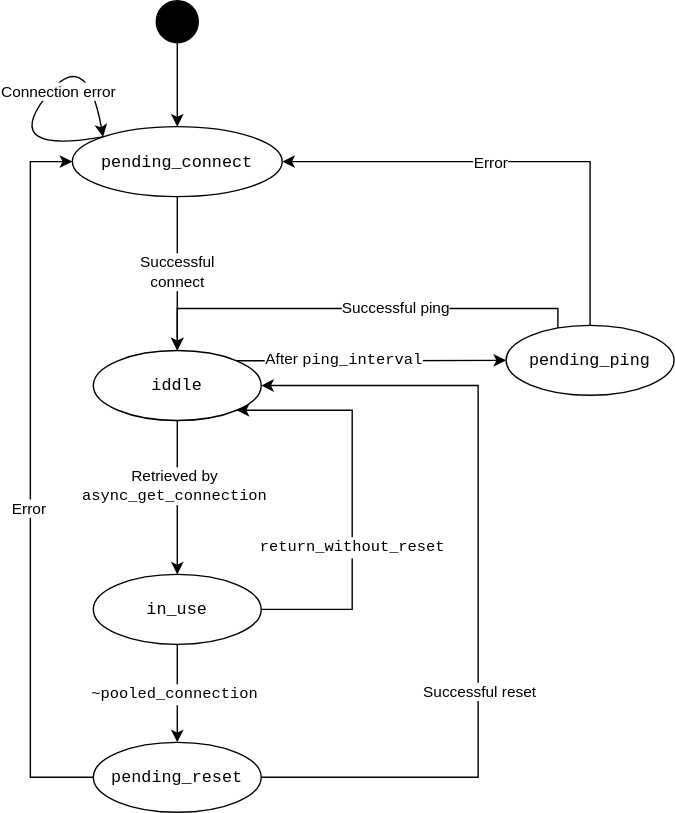
Before: doc/images/pooled_connection_lifecycle.svg, a diagram exported from draw.io (boostorg/mysql). Source tidied: cells renumbered, new cells last; positions are measured from the earlier drawing's top-left corner, leaving out a move shared by most shapes. The source it was exported from:
```xml
<mxGraphModel>
  <root>
    <mxCell id="0" />
    <mxCell id="1" parent="0" />
    <mxCell id="2" style="edgeStyle=orthogonalEdgeStyle;rounded=0;jettySize=auto;html=1;exitX=0.5;exitY=1;exitDx=0;exitDy=0;entryX=0.5;entryY=0;entryDx=0;entryDy=0;" parent="1" edge="1" source="4" target="11">
      <mxGeometry relative="1" as="geometry" />
    </mxCell>
    <mxCell id="3" value="&lt;div&gt;Successful &lt;br&gt;&lt;/div&gt;&lt;div&gt;connect&lt;br&gt;&lt;/div&gt;" style="edgeLabel;html=1;align=center;verticalAlign=middle;" parent="2" vertex="1">
      <mxGeometry x="-0.03" y="-1" relative="1" as="geometry" />
    </mxCell>
    <mxCell id="4" value="&lt;font face=&quot;Courier New&quot;&gt;pending_connect&lt;/font&gt;" style="ellipse;whiteSpace=wrap;html=1;" parent="1" vertex="1">
      <mxGeometry x="50" y="90" width="150" height="50" as="geometry" />
    </mxCell>
    <mxCell id="5" style="edgeStyle=orthogonalEdgeStyle;rounded=0;jettySize=auto;html=1;exitX=0.5;exitY=1;exitDx=0;exitDy=0;entryX=0.5;entryY=0;entryDx=0;entryDy=0;" parent="1" edge="1" source="6" target="4">
      <mxGeometry relative="1" as="geometry" />
    </mxCell>
    <mxCell id="6" style="ellipse;whiteSpace=wrap;html=1;fillColor=#000000;" parent="1" vertex="1">
      <mxGeometry x="110" width="30" height="30" as="geometry" />
    </mxCell>
    <mxCell id="7" style="edgeStyle=orthogonalEdgeStyle;rounded=0;jettySize=auto;html=1;exitX=0.5;exitY=1;exitDx=0;exitDy=0;entryX=0.5;entryY=0;entryDx=0;entryDy=0;" parent="1" edge="1" source="11" target="16">
      <mxGeometry relative="1" as="geometry" />
    </mxCell>
    <mxCell id="8" value="&lt;div&gt;Retrieved by&lt;/div&gt;&lt;div&gt;&lt;font face=&quot;Courier New&quot;&gt;async_get_connection&lt;/font&gt;&lt;br&gt;&lt;/div&gt;" style="edgeLabel;html=1;align=center;verticalAlign=middle;" parent="7" vertex="1">
      <mxGeometry x="-0.17" y="-3" relative="1" as="geometry" />
    </mxCell>
    <mxCell id="9" style="edgeStyle=orthogonalEdgeStyle;rounded=0;jettySize=auto;html=1;exitX=1;exitY=0;exitDx=0;exitDy=0;entryX=0;entryY=0.5;entryDx=0;entryDy=0;" parent="1" edge="1" source="11" target="28">
      <mxGeometry relative="1" as="geometry" />
    </mxCell>
    <mxCell id="10" value="After &lt;font face=&quot;Courier New&quot;&gt;ping_interval&lt;/font&gt;" style="edgeLabel;html=1;align=center;verticalAlign=middle;" parent="9" vertex="1">
      <mxGeometry x="-0.21" y="1" relative="1" as="geometry" />
    </mxCell>
    <mxCell id="11" value="&lt;font face=&quot;Courier New&quot;&gt;iddle&lt;/font&gt;" style="ellipse;whiteSpace=wrap;html=1;" parent="1" vertex="1">
      <mxGeometry x="65" y="250" width="120" height="50" as="geometry" />
    </mxCell>
    <mxCell id="12" style="edgeStyle=orthogonalEdgeStyle;rounded=0;jettySize=auto;html=1;entryX=0.5;entryY=0;entryDx=0;entryDy=0;" parent="1" edge="1" source="16" target="21">
      <mxGeometry relative="1" as="geometry" />
    </mxCell>
    <mxCell id="13" value="&lt;font face=&quot;Courier New&quot;&gt;~pooled_connection&lt;/font&gt;" style="edgeLabel;html=1;align=center;verticalAlign=middle;" parent="12" vertex="1">
      <mxGeometry y="-3" relative="1" as="geometry" />
    </mxCell>
    <mxCell id="14" style="edgeStyle=orthogonalEdgeStyle;rounded=0;jettySize=auto;html=1;exitX=1;exitY=0.5;exitDx=0;exitDy=0;entryX=1;entryY=1;entryDx=0;entryDy=0;" parent="1" edge="1" source="16" target="11">
      <mxGeometry relative="1" as="geometry">
        <Array as="points">
          <mxPoint x="250" y="435" />
          <mxPoint x="250" y="293" />
        </Array>
      </mxGeometry>
    </mxCell>
    <mxCell id="15" value="&lt;div&gt;&lt;font face=&quot;Courier New&quot;&gt;return_without_reset&lt;/font&gt;&lt;br&gt;&lt;/div&gt;" style="edgeLabel;html=1;align=center;verticalAlign=middle;" parent="14" vertex="1">
      <mxGeometry x="0.01" y="1" relative="1" as="geometry">
        <mxPoint y="36" as="offset" />
      </mxGeometry>
    </mxCell>
    <mxCell id="16" value="&lt;font face=&quot;Courier New&quot;&gt;in_use&lt;/font&gt;" style="ellipse;whiteSpace=wrap;html=1;" parent="1" vertex="1">
      <mxGeometry x="65" y="410" width="120" height="50" as="geometry" />
    </mxCell>
    <mxCell id="17" style="edgeStyle=orthogonalEdgeStyle;rounded=0;jettySize=auto;html=1;entryX=1;entryY=0.5;entryDx=0;entryDy=0;" parent="1" edge="1" source="21" target="11">
      <mxGeometry relative="1" as="geometry">
        <Array as="points">
          <mxPoint x="340" y="555" />
          <mxPoint x="340" y="275" />
        </Array>
      </mxGeometry>
    </mxCell>
    <mxCell id="18" value="Successful reset" style="edgeLabel;html=1;align=center;verticalAlign=middle;" parent="17" vertex="1">
      <mxGeometry x="-0.27" relative="1" as="geometry" />
    </mxCell>
    <mxCell id="19" style="edgeStyle=orthogonalEdgeStyle;rounded=0;jettySize=auto;html=1;exitX=0;exitY=0.5;exitDx=0;exitDy=0;entryX=0;entryY=0.5;entryDx=0;entryDy=0;" parent="1" edge="1" source="21" target="4">
      <mxGeometry relative="1" as="geometry">
        <Array as="points">
          <mxPoint x="20" y="555" />
          <mxPoint x="20" y="115" />
        </Array>
      </mxGeometry>
    </mxCell>
    <mxCell id="20" value="Error" style="edgeLabel;html=1;align=center;verticalAlign=middle;" parent="19" vertex="1">
      <mxGeometry x="-0.07" y="2" relative="1" as="geometry" />
    </mxCell>
    <mxCell id="21" value="&lt;font face=&quot;Courier New&quot;&gt;pending_reset&lt;/font&gt;" style="ellipse;whiteSpace=wrap;html=1;" parent="1" vertex="1">
      <mxGeometry x="65" y="530" width="120" height="50" as="geometry" />
    </mxCell>
    <mxCell id="22" style="curved=1;endArrow=classic;html=1;rounded=0;exitX=0;exitY=0;exitDx=0;exitDy=0;entryX=0;entryY=0;entryDx=0;entryDy=0;" parent="1" edge="1" source="4" target="4">
      <mxGeometry relative="1" as="geometry">
        <Array as="points">
          <mxPoint y="110" />
          <mxPoint x="60" y="30" />
        </Array>
      </mxGeometry>
    </mxCell>
    <mxCell id="23" value="Connection error" style="edgeLabel;html=1;align=center;verticalAlign=middle;" parent="22" vertex="1">
      <mxGeometry x="0.1" y="-4" relative="1" as="geometry" />
    </mxCell>
    <mxCell id="24" style="edgeStyle=orthogonalEdgeStyle;rounded=0;jettySize=auto;html=1;exitX=0;exitY=0;exitDx=0;exitDy=0;entryX=0.5;entryY=0;entryDx=0;entryDy=0;" parent="1" edge="1" source="28" target="11">
      <mxGeometry relative="1" as="geometry">
        <Array as="points">
          <mxPoint x="397" y="220" />
          <mxPoint x="125" y="220" />
        </Array>
      </mxGeometry>
    </mxCell>
    <mxCell id="25" value="Successful ping" style="edgeLabel;html=1;align=center;verticalAlign=middle;" parent="24" vertex="1">
      <mxGeometry x="-0.09" y="-1" relative="1" as="geometry" />
    </mxCell>
    <mxCell id="26" style="edgeStyle=orthogonalEdgeStyle;rounded=0;jettySize=auto;html=1;exitX=0.5;exitY=0;exitDx=0;exitDy=0;entryX=1;entryY=0.5;entryDx=0;entryDy=0;" parent="1" edge="1" source="28" target="4">
      <mxGeometry relative="1" as="geometry" />
    </mxCell>
    <mxCell id="27" value="Error" style="edgeLabel;html=1;align=center;verticalAlign=middle;" parent="26" vertex="1">
      <mxGeometry x="0.12" y="-2" relative="1" as="geometry">
        <mxPoint y="2" as="offset" />
      </mxGeometry>
    </mxCell>
    <mxCell id="28" value="&lt;font face=&quot;Courier New&quot;&gt;pending_ping&lt;/font&gt;" style="ellipse;whiteSpace=wrap;html=1;" parent="1" vertex="1">
      <mxGeometry x="360" y="232" width="120" height="50" as="geometry" />
    </mxCell>
  </root>
</mxGraphModel>
```
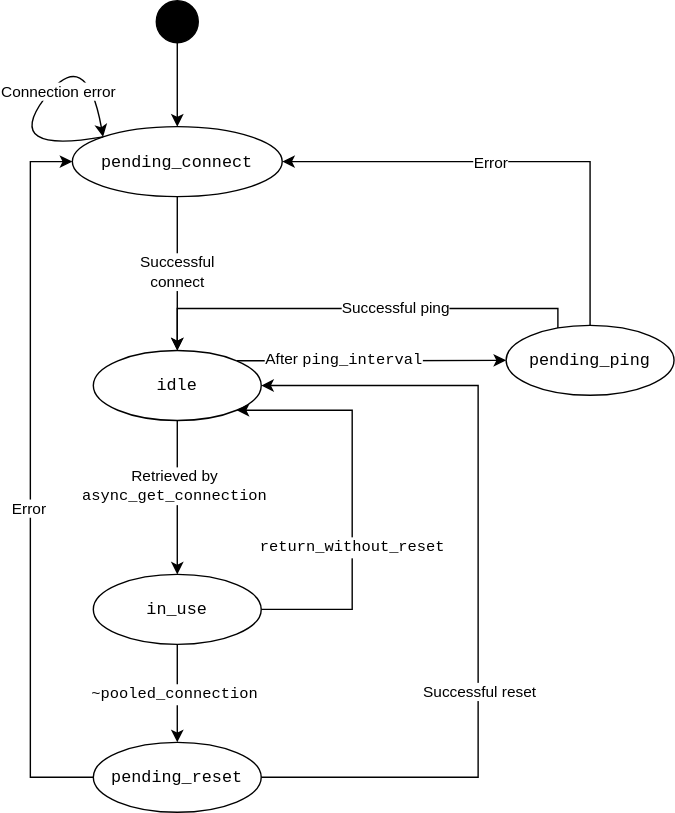
The same diagram one commit later.

Commit message:
Idle typos

Diff of the diagram source:
```diff
@@ -29,7 +29,7 @@
     <mxCell id="10" value="After &lt;font face=&quot;Courier New&quot;&gt;ping_interval&lt;/font&gt;" style="edgeLabel;html=1;align=center;verticalAlign=middle;" parent="9" vertex="1">
       <mxGeometry x="-0.21" y="1" relative="1" as="geometry" />
     </mxCell>
-    <mxCell id="11" value="&lt;font face=&quot;Courier New&quot;&gt;iddle&lt;/font&gt;" style="ellipse;whiteSpace=wrap;html=1;" parent="1" vertex="1">
+    <mxCell id="11" value="&lt;font face=&quot;Courier New&quot;&gt;idle&lt;/font&gt;" style="ellipse;whiteSpace=wrap;html=1;" parent="1" vertex="1">
       <mxGeometry x="65" y="250" width="120" height="50" as="geometry" />
     </mxCell>
     <mxCell id="12" style="edgeStyle=orthogonalEdgeStyle;rounded=0;jettySize=auto;html=1;entryX=0.5;entryY=0;entryDx=0;entryDy=0;" parent="1" edge="1" source="16" target="21">
```
